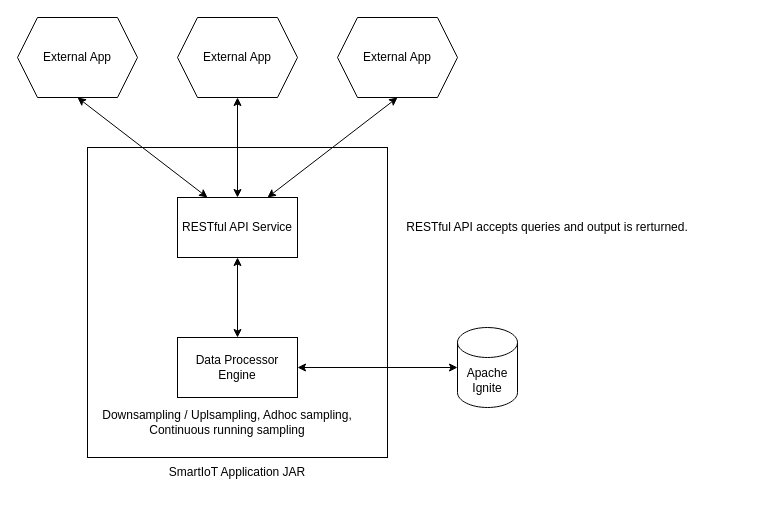
sthapa123/5-day-weather-forecast keeps this draw.io diagram as Untitled Diagram.drawio. Above is the earlier version. Source tidied: cells renumbered, new cells numbered last; positions are measured from the earlier drawing's top-left corner, leaving out a move shared by most shapes. Both pictures are drawn from the tidied source at 100%, with x=0, y=0 at pixel (17, 17).
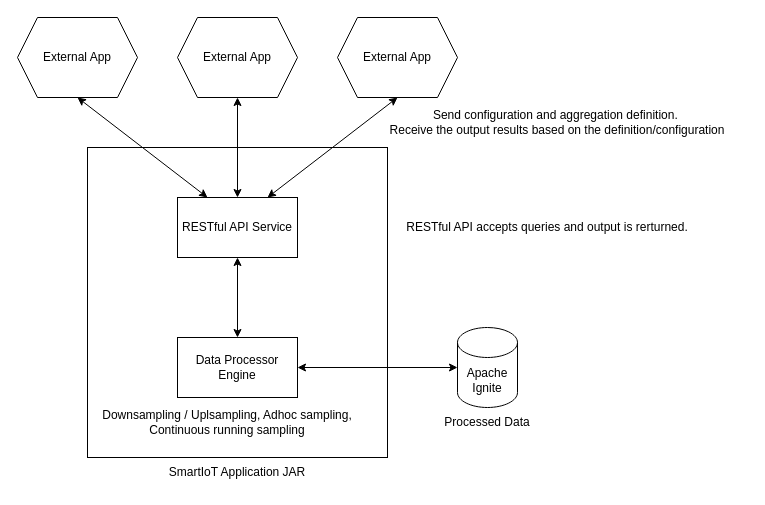
The same diagram, later.

What changed in the source:
```diff
@@
 <mxGraphModel>
   <root>
     <mxCell id="0" />
     <mxCell id="1" parent="0" />
     <mxCell id="2" style="rounded=0;whiteSpace=wrap;html=1;" parent="1" vertex="1">
       <mxGeometry x="70" y="130" width="300" height="310" as="geometry" />
     </mxCell>
     <mxCell id="3" value="Data Processor Engine" style="rounded=0;whiteSpace=wrap;html=1;" parent="1" vertex="1">
       <mxGeometry x="160" y="320" width="120" height="60" as="geometry" />
     </mxCell>
     <mxCell id="4" value="RESTful API Service" style="rounded=0;whiteSpace=wrap;html=1;" parent="1" vertex="1">
       <mxGeometry x="160" y="180" width="120" height="60" as="geometry" />
     </mxCell>
     <mxCell id="5" style="endArrow=classic;startArrow=classic;html=1;rounded=0;entryX=0.5;entryY=1;entryDx=0;entryDy=0;exitX=0.5;exitY=0;exitDx=0;exitDy=0;" parent="1" edge="1" source="3" target="4">
       <mxGeometry relative="1" as="geometry" />
     </mxCell>
     <mxCell id="6" value="External App" style="shape=hexagon;perimeter=hexagonPerimeter2;whiteSpace=wrap;html=1;fixedSize=1;" parent="1" vertex="1">
       <mxGeometry width="120" height="80" as="geometry" />
     </mxCell>
     <mxCell id="7" value="External App" style="shape=hexagon;perimeter=hexagonPerimeter2;whiteSpace=wrap;html=1;fixedSize=1;" parent="1" vertex="1">
       <mxGeometry x="160" width="120" height="80" as="geometry" />
     </mxCell>
     <mxCell id="8" value="External App" style="shape=hexagon;perimeter=hexagonPerimeter2;whiteSpace=wrap;html=1;fixedSize=1;" parent="1" vertex="1">
       <mxGeometry x="320" width="120" height="80" as="geometry" />
     </mxCell>
     <mxCell id="9" style="endArrow=classic;startArrow=classic;html=1;rounded=0;exitX=0.5;exitY=1;exitDx=0;exitDy=0;entryX=0.25;entryY=0;entryDx=0;entryDy=0;" parent="1" edge="1" source="6" target="4">
       <mxGeometry relative="1" as="geometry" />
     </mxCell>
     <mxCell id="10" style="endArrow=classic;startArrow=classic;html=1;rounded=0;exitX=0.5;exitY=0;exitDx=0;exitDy=0;entryX=0.5;entryY=1;entryDx=0;entryDy=0;" parent="1" edge="1" source="4" target="7">
       <mxGeometry relative="1" as="geometry" />
     </mxCell>
     <mxCell id="11" style="endArrow=classic;startArrow=classic;html=1;rounded=0;exitX=0.75;exitY=0;exitDx=0;exitDy=0;entryX=0.5;entryY=1;entryDx=0;entryDy=0;" parent="1" edge="1" source="4" target="8">
       <mxGeometry relative="1" as="geometry" />
     </mxCell>
     <mxCell id="12" value="Apache Ignite" style="shape=cylinder3;whiteSpace=wrap;html=1;boundedLbl=1;backgroundOutline=1;size=15;" parent="1" vertex="1">
       <mxGeometry x="440" y="310" width="60" height="80" as="geometry" />
     </mxCell>
     <mxCell id="13" style="endArrow=classic;startArrow=classic;html=1;rounded=0;exitX=1;exitY=0.5;exitDx=0;exitDy=0;entryX=0;entryY=0.5;entryDx=0;entryDy=0;entryPerimeter=0;" parent="1" edge="1" source="3" target="12">
       <mxGeometry relative="1" as="geometry" />
     </mxCell>
     <mxCell id="14" value="Downsampling / Uplsampling, Adhoc sampling, Continuous running sampling" style="text;html=1;strokeColor=none;fillColor=none;align=center;verticalAlign=middle;whiteSpace=wrap;rounded=0;" parent="1" vertex="1">
       <mxGeometry x="80" y="390" width="260" height="30" as="geometry" />
     </mxCell>
     <mxCell id="15" value="RESTful API accepts queries and output is rerturned." style="text;html=1;strokeColor=none;fillColor=none;align=center;verticalAlign=middle;whiteSpace=wrap;rounded=0;" parent="1" vertex="1">
       <mxGeometry x="380" y="195" width="300" height="30" as="geometry" />
     </mxCell>
     <mxCell id="16" value="SmartIoT Application JAR" style="text;html=1;strokeColor=none;fillColor=none;align=center;verticalAlign=middle;whiteSpace=wrap;rounded=0;" parent="1" vertex="1">
       <mxGeometry x="150" y="440" width="140" height="30" as="geometry" />
     </mxCell>
+    <mxCell id="17" value="Processed Data" style="text;html=1;strokeColor=none;fillColor=none;align=center;verticalAlign=middle;whiteSpace=wrap;rounded=0;" parent="1" vertex="1">
+      <mxGeometry x="425" y="390" width="90" height="30" as="geometry" />
+    </mxCell>
+    <mxCell id="18" value="Send configuration and aggregation definition.&amp;nbsp;&lt;br&gt;Receive the output results based on the definition/configuration" style="text;html=1;strokeColor=none;fillColor=none;align=center;verticalAlign=middle;whiteSpace=wrap;rounded=0;" parent="1" vertex="1">
+      <mxGeometry x="350" y="90" width="380" height="30" as="geometry" />
+    </mxCell>
   </root>
 </mxGraphModel>
```
